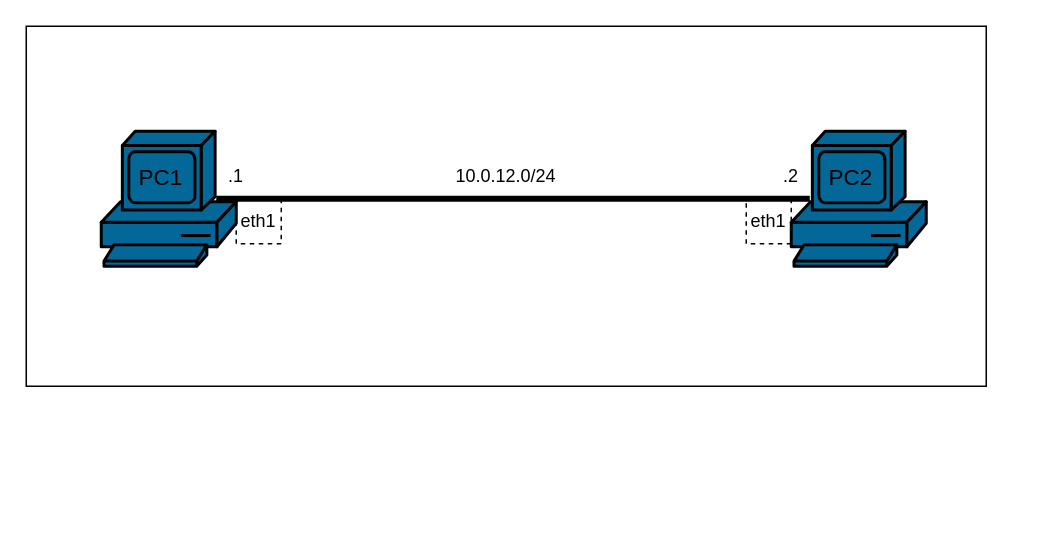
Before: 03_BasicUtils/Attached_materials/02_BasicUtils.drawio in UsamG1t/Nets_ASVK_Labs, a draw.io diagram. Source tidied: cells renumbered, new cells numbered last; positions are measured from the earlier drawing's top-left corner, leaving out a move shared by most shapes. Both pictures are drawn from the tidied source at 150%, with x=0, y=0 at pixel (26, 26).
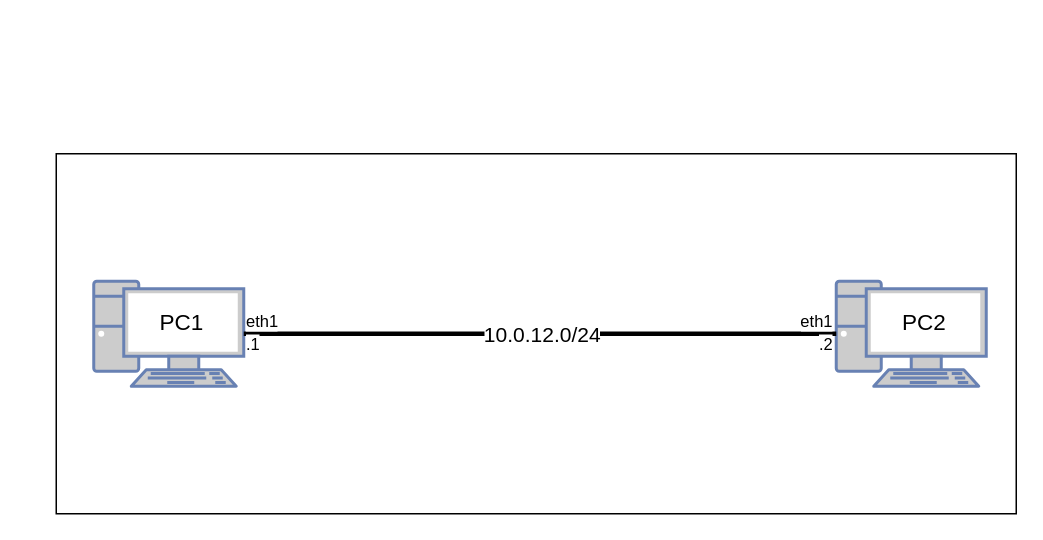
The same page after the edit.

Change to the diagram source:
```diff
@@
 <mxGraphModel>
   <root>
     <mxCell id="0" />
     <mxCell id="1" parent="0" />
     <mxCell id="2" style="rounded=0;whiteSpace=wrap;html=1;fillColor=#FFFFFF;" parent="1" vertex="1">
-      <mxGeometry width="640" height="240" as="geometry" />
+      <mxGeometry x="20" y="85" width="640" height="240" as="geometry" />
     </mxCell>
-    <mxCell id="3" style="shape=mxgraph.cisco.computers_and_peripherals.pc;html=1;dashed=0;fillColor=#036897;strokeColor=#000000;strokeWidth=2;verticalLabelPosition=bottom;verticalAlign=top;align=center;outlineConnect=0;perimeterSpacing=3;" parent="1" vertex="1">
-      <mxGeometry x="50" y="70" width="90" height="90" as="geometry" />
-    </mxCell>
-    <mxCell id="4" style="shape=mxgraph.cisco.computers_and_peripherals.pc;html=1;dashed=0;fillColor=#036897;strokeColor=#000000;strokeWidth=2;verticalLabelPosition=bottom;verticalAlign=top;align=center;outlineConnect=0;perimeterSpacing=3;" parent="1" vertex="1">
-      <mxGeometry x="510" y="70" width="90" height="90" as="geometry" />
-    </mxCell>
+    <mxCell id="13" style="fontColor=#0066CC;verticalAlign=top;verticalLabelPosition=bottom;labelPosition=center;align=center;html=1;outlineConnect=0;fillColor=#CCCCCC;strokeColor=#6881B3;gradientColor=none;gradientDirection=north;strokeWidth=2;shape=mxgraph.networks.pc;" parent="1" vertex="1">
+      <mxGeometry x="45" y="170" width="100" height="70" as="geometry" />
+    </mxCell>
     <mxCell id="5" value="&lt;font style=&quot;font-size: 15px;&quot;&gt;PC1&lt;/font&gt;" style="text;html=1;align=center;verticalAlign=middle;whiteSpace=wrap;rounded=0;" parent="1" vertex="1">
-      <mxGeometry x="70" y="85" width="40" height="30" as="geometry" />
+      <mxGeometry x="84" y="182" width="40" height="30" as="geometry" />
     </mxCell>
+    <mxCell id="14" style="fontColor=#0066CC;verticalAlign=top;verticalLabelPosition=bottom;labelPosition=center;align=center;html=1;outlineConnect=0;fillColor=#CCCCCC;strokeColor=#6881B3;gradientColor=none;gradientDirection=north;strokeWidth=2;shape=mxgraph.networks.pc;" parent="1" vertex="1">
+      <mxGeometry x="540" y="170" width="100" height="70" as="geometry" />
+    </mxCell>
     <mxCell id="6" value="&lt;font style=&quot;font-size: 15px;&quot;&gt;PC2&lt;/font&gt;" style="text;html=1;align=center;verticalAlign=middle;whiteSpace=wrap;rounded=0;" parent="1" vertex="1">
-      <mxGeometry x="530" y="85" width="40" height="30" as="geometry" />
+      <mxGeometry x="579" y="182" width="40" height="30" as="geometry" />
     </mxCell>
-    <mxCell id="7" style="endArrow=none;html=1;rounded=0;strokeWidth=4;strokeColor=#000000;entryX=0.16;entryY=0.5;entryDx=0;entryDy=0;entryPerimeter=0;exitX=0.83;exitY=0.5;exitDx=0;exitDy=0;exitPerimeter=0;" parent="1" edge="1" source="3" target="4">
-      <mxGeometry relative="1" as="geometry" />
-    </mxCell>
-    <mxCell id="8" value="&lt;font style=&quot;color: rgb(0, 0, 0);&quot;&gt;eth1&lt;/font&gt;" style="text;html=1;align=center;verticalAlign=middle;whiteSpace=wrap;rounded=0;dashed=1;perimeterSpacing=1;strokeColor=#000000;" parent="1" vertex="1">
-      <mxGeometry x="140" y="115" width="30" height="30" as="geometry" />
-    </mxCell>
-    <mxCell id="9" value="&lt;font style=&quot;color: rgb(0, 0, 0);&quot;&gt;eth1&lt;/font&gt;" style="text;html=1;align=center;verticalAlign=middle;whiteSpace=wrap;rounded=0;dashed=1;perimeterSpacing=1;strokeColor=#000000;" parent="1" vertex="1">
-      <mxGeometry x="480" y="115" width="30" height="30" as="geometry" />
-    </mxCell>
+    <mxCell id="15" style="endArrow=none;html=1;rounded=0;strokeColor=#000000;strokeWidth=3;endFill=0;entryX=0;entryY=0.5;entryDx=0;entryDy=0;entryPerimeter=0;exitX=1;exitY=0.5;exitDx=0;exitDy=0;exitPerimeter=0;" parent="1" edge="1" source="13" target="14">
+      <mxGeometry relative="1" as="geometry" />
+    </mxCell>
+    <mxCell id="12" value="10.0.12.0/24" style="edgeLabel;html=1;align=center;verticalAlign=middle;fontSize=14;" parent="15" vertex="1">
+      <mxGeometry relative="1" as="geometry" />
+    </mxCell>
+    <mxCell id="16" value="eth1" style="edgeLabel;html=1;align=left;verticalAlign=bottom;" parent="15" vertex="1">
+      <mxGeometry x="-1" relative="1" as="geometry" />
+    </mxCell>
+    <mxCell id="17" value="eth1" style="edgeLabel;html=1;align=right;verticalAlign=bottom;" parent="15" vertex="1">
+      <mxGeometry x="1" relative="1" as="geometry">
+        <mxPoint x="-2" as="offset" />
+      </mxGeometry>
+    </mxCell>
-    <mxCell id="10" value="&lt;font style=&quot;color: rgb(0, 0, 0);&quot;&gt;.1&lt;/font&gt;" style="text;html=1;align=center;verticalAlign=middle;whiteSpace=wrap;rounded=0;dashed=1;perimeterSpacing=1;strokeColor=none;dashPattern=1 4;" parent="1" vertex="1">
-      <mxGeometry x="130" y="90" width="20" height="20" as="geometry" />
+    <mxCell id="10" value=".1" style="edgeLabel;html=1;align=left;verticalAlign=bottom;" parent="1" vertex="1">
+      <mxGeometry x="145" y="220" as="geometry" />
     </mxCell>
-    <mxCell id="11" value="&lt;font style=&quot;color: rgb(0, 0, 0);&quot;&gt;.2&lt;/font&gt;" style="text;html=1;align=center;verticalAlign=middle;whiteSpace=wrap;rounded=0;dashed=1;perimeterSpacing=1;strokeColor=none;dashPattern=1 4;" parent="1" vertex="1">
-      <mxGeometry x="500" y="90" width="20" height="20" as="geometry" />
+    <mxCell id="11" value=".2" style="edgeLabel;html=1;align=left;verticalAlign=bottom;" parent="1" vertex="1">
+      <mxGeometry x="527" y="220" as="geometry" />
     </mxCell>
-    <mxCell id="12" value="&lt;font style=&quot;color: rgb(0, 0, 0);&quot;&gt;10.0.12.0/24&lt;/font&gt;" style="text;html=1;align=center;verticalAlign=middle;whiteSpace=wrap;rounded=0;dashed=1;perimeterSpacing=1;strokeColor=none;dashPattern=1 4;" parent="1" vertex="1">
-      <mxGeometry x="285" y="90" width="70" height="20" as="geometry" />
-    </mxCell>
   </root>
 </mxGraphModel>
```
